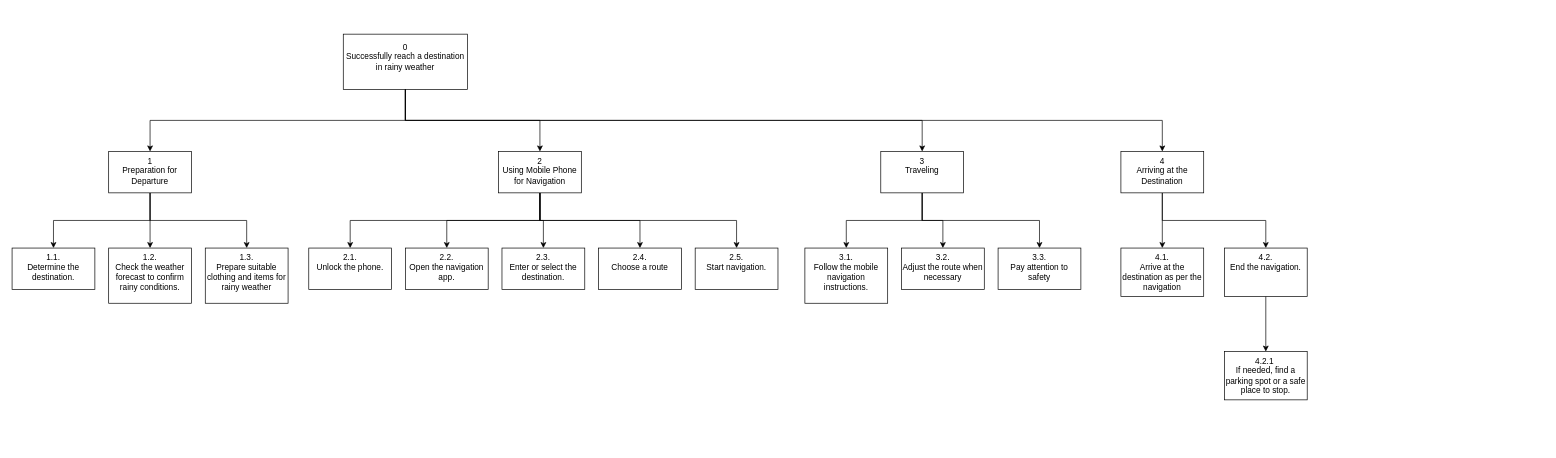
Above: 未命名绘图.drawio in stingo1218/Diagram-draw.io- (draw.io), before the change. Source tidied: cells renumbered, new cells numbered last; positions are measured from the earlier drawing's top-left corner, leaving out a move shared by most shapes. Both pictures are drawn from the tidied source at 69%, with x=0, y=0 at pixel (12, 34).
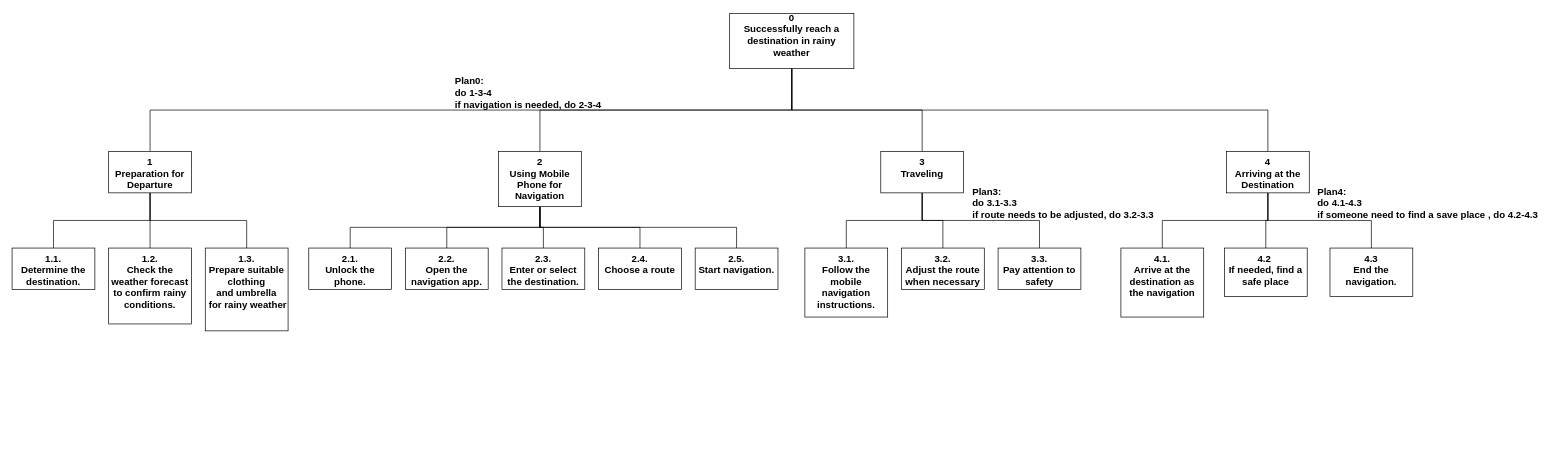
Above is the later version.

The edit, as a diff of the source:
```diff
@@
-    <mxCell id="2" style="edgeStyle=orthogonalEdgeStyle;rounded=0;jettySize=auto;html=1;exitX=0.5;exitY=1;exitDx=0;exitDy=0;" parent="1" edge="1" source="3" target="7">
+    <mxCell id="2" style="edgeStyle=orthogonalEdgeStyle;rounded=0;jettySize=auto;html=1;exitX=0.5;exitY=1;exitDx=0;exitDy=0;fontStyle=1;fontSize=14;endArrow=none;endFill=0;" parent="1" edge="1" source="3" target="7">
       <mxGeometry relative="1" as="geometry" />
     </mxCell>
-    <mxCell id="3" value="0&lt;br&gt;&lt;div&gt;Successfully reach a destination in rainy weather&lt;/div&gt;&lt;div&gt;&lt;br&gt;&lt;/div&gt;" style="rounded=0;whiteSpace=wrap;html=1;" parent="1" vertex="1">
-      <mxGeometry x="480" width="180" height="80" as="geometry" />
+    <mxCell id="3" value="0&lt;br style=&quot;font-size: 14px;&quot;&gt;&lt;div style=&quot;font-size: 14px;&quot;&gt;Successfully reach a destination in rainy weather&lt;/div&gt;&lt;div style=&quot;font-size: 14px;&quot;&gt;&lt;br style=&quot;font-size: 14px;&quot;&gt;&lt;/div&gt;" style="rounded=0;whiteSpace=wrap;html=1;fontStyle=1;fontSize=14;" parent="1" vertex="1">
+      <mxGeometry x="1040" y="-30" width="180" height="80" as="geometry" />
     </mxCell>
-    <mxCell id="4" style="edgeStyle=orthogonalEdgeStyle;rounded=0;jettySize=auto;html=1;exitX=0.5;exitY=1;exitDx=0;exitDy=0;" parent="1" edge="1" source="7" target="24">
+    <mxCell id="4" style="edgeStyle=orthogonalEdgeStyle;rounded=0;jettySize=auto;html=1;exitX=0.5;exitY=1;exitDx=0;exitDy=0;fontStyle=1;fontSize=14;endArrow=none;endFill=0;" parent="1" edge="1" source="7" target="24">
       <mxGeometry relative="1" as="geometry" />
     </mxCell>
-    <mxCell id="5" style="edgeStyle=orthogonalEdgeStyle;rounded=0;jettySize=auto;html=1;entryX=0.5;entryY=0;entryDx=0;entryDy=0;exitX=0.5;exitY=1;exitDx=0;exitDy=0;" parent="1" edge="1" source="7" target="26">
+    <mxCell id="5" style="edgeStyle=orthogonalEdgeStyle;rounded=0;jettySize=auto;html=1;entryX=0.5;entryY=0;entryDx=0;entryDy=0;exitX=0.5;exitY=1;exitDx=0;exitDy=0;fontStyle=1;fontSize=14;endArrow=none;endFill=0;" parent="1" edge="1" source="7" target="26">
       <mxGeometry relative="1" as="geometry" />
     </mxCell>
-    <mxCell id="6" style="edgeStyle=orthogonalEdgeStyle;rounded=0;jettySize=auto;html=1;entryX=0.5;entryY=0;entryDx=0;entryDy=0;" parent="1" edge="1" source="7" target="25">
+    <mxCell id="6" style="edgeStyle=orthogonalEdgeStyle;rounded=0;jettySize=auto;html=1;entryX=0.5;entryY=0;entryDx=0;entryDy=0;fontStyle=1;fontSize=14;endArrow=none;endFill=0;" parent="1" edge="1" source="7" target="25">
       <mxGeometry relative="1" as="geometry" />
     </mxCell>
-    <mxCell id="7" value="1&lt;br&gt;&lt;div&gt;Preparation for Departure&lt;/div&gt;&lt;div&gt;&lt;br&gt;&lt;/div&gt;" style="whiteSpace=wrap;html=1;rounded=0;horizontal=1;verticalAlign=top;" parent="1" vertex="1">
+    <mxCell id="7" value="1&lt;br style=&quot;font-size: 14px;&quot;&gt;&lt;div style=&quot;font-size: 14px;&quot;&gt;Preparation for Departure&lt;/div&gt;&lt;div style=&quot;font-size: 14px;&quot;&gt;&lt;br style=&quot;font-size: 14px;&quot;&gt;&lt;/div&gt;" style="whiteSpace=wrap;html=1;rounded=0;horizontal=1;verticalAlign=top;fontStyle=1;fontSize=14;" parent="1" vertex="1">
       <mxGeometry x="140" y="170" width="120" height="60" as="geometry" />
     </mxCell>
-    <mxCell id="8" style="edgeStyle=orthogonalEdgeStyle;rounded=0;jettySize=auto;html=1;exitX=0.5;exitY=1;exitDx=0;exitDy=0;" parent="1" edge="1" source="13" target="27">
+    <mxCell id="8" style="edgeStyle=orthogonalEdgeStyle;rounded=0;jettySize=auto;html=1;exitX=0.5;exitY=1;exitDx=0;exitDy=0;fontStyle=1;fontSize=14;endArrow=none;endFill=0;" parent="1" edge="1" source="13" target="27">
       <mxGeometry relative="1" as="geometry" />
     </mxCell>
-    <mxCell id="9" style="edgeStyle=orthogonalEdgeStyle;rounded=0;jettySize=auto;html=1;exitX=0.5;exitY=1;exitDx=0;exitDy=0;" parent="1" edge="1" source="13" target="28">
+    <mxCell id="9" style="edgeStyle=orthogonalEdgeStyle;rounded=0;jettySize=auto;html=1;exitX=0.5;exitY=1;exitDx=0;exitDy=0;fontStyle=1;fontSize=14;endArrow=none;endFill=0;" parent="1" edge="1" source="13" target="28">
       <mxGeometry relative="1" as="geometry" />
     </mxCell>
-    <mxCell id="10" style="edgeStyle=orthogonalEdgeStyle;rounded=0;jettySize=auto;html=1;entryX=0.5;entryY=0;entryDx=0;entryDy=0;" parent="1" edge="1" source="13" target="29">
+    <mxCell id="10" style="edgeStyle=orthogonalEdgeStyle;rounded=0;jettySize=auto;html=1;entryX=0.5;entryY=0;entryDx=0;entryDy=0;fontStyle=1;fontSize=14;endArrow=none;endFill=0;" parent="1" edge="1" source="13" target="29">
       <mxGeometry relative="1" as="geometry" />
     </mxCell>
-    <mxCell id="11" style="edgeStyle=orthogonalEdgeStyle;rounded=0;jettySize=auto;html=1;entryX=0.5;entryY=0;entryDx=0;entryDy=0;exitX=0.5;exitY=1;exitDx=0;exitDy=0;" parent="1" edge="1" source="13" target="30">
+    <mxCell id="11" style="edgeStyle=orthogonalEdgeStyle;rounded=0;jettySize=auto;html=1;entryX=0.5;entryY=0;entryDx=0;entryDy=0;exitX=0.5;exitY=1;exitDx=0;exitDy=0;fontStyle=1;fontSize=14;endArrow=none;endFill=0;" parent="1" edge="1" source="13" target="30">
       <mxGeometry relative="1" as="geometry" />
     </mxCell>
-    <mxCell id="12" style="edgeStyle=orthogonalEdgeStyle;rounded=0;jettySize=auto;html=1;entryX=0.5;entryY=0;entryDx=0;entryDy=0;exitX=0.5;exitY=1;exitDx=0;exitDy=0;" parent="1" edge="1" source="13" target="31">
+    <mxCell id="12" style="edgeStyle=orthogonalEdgeStyle;rounded=0;jettySize=auto;html=1;entryX=0.5;entryY=0;entryDx=0;entryDy=0;exitX=0.5;exitY=1;exitDx=0;exitDy=0;fontStyle=1;fontSize=14;endArrow=none;endFill=0;" parent="1" edge="1" source="13" target="31">
       <mxGeometry relative="1" as="geometry" />
     </mxCell>
-    <mxCell id="13" value="2&lt;br&gt;&lt;div&gt;Using Mobile Phone for Navigation&lt;/div&gt;&lt;div&gt;&lt;br&gt;&lt;/div&gt;" style="whiteSpace=wrap;html=1;rounded=0;horizontal=1;verticalAlign=top;" parent="1" vertex="1">
-      <mxGeometry x="705" y="170" width="120" height="60" as="geometry" />
+    <mxCell id="13" value="2&lt;br style=&quot;font-size: 14px;&quot;&gt;&lt;div style=&quot;font-size: 14px;&quot;&gt;Using Mobile Phone for Navigation&lt;/div&gt;&lt;div style=&quot;font-size: 14px;&quot;&gt;&lt;br style=&quot;font-size: 14px;&quot;&gt;&lt;/div&gt;" style="whiteSpace=wrap;html=1;rounded=0;horizontal=1;verticalAlign=top;fontStyle=1;fontSize=14;" parent="1" vertex="1">
+      <mxGeometry x="705" y="170" width="120" height="80" as="geometry" />
     </mxCell>
-    <mxCell id="14" style="edgeStyle=orthogonalEdgeStyle;rounded=0;jettySize=auto;html=1;" parent="1" edge="1" source="17" target="32">
+    <mxCell id="14" style="edgeStyle=orthogonalEdgeStyle;rounded=0;jettySize=auto;html=1;fontStyle=1;fontSize=14;endArrow=none;endFill=0;" parent="1" edge="1" source="17" target="32">
       <mxGeometry relative="1" as="geometry" />
     </mxCell>
-    <mxCell id="15" style="edgeStyle=orthogonalEdgeStyle;rounded=0;jettySize=auto;html=1;" parent="1" edge="1" source="17" target="33">
+    <mxCell id="15" style="edgeStyle=orthogonalEdgeStyle;rounded=0;jettySize=auto;html=1;fontStyle=1;fontSize=14;endArrow=none;endFill=0;" parent="1" edge="1" source="17" target="33">
       <mxGeometry relative="1" as="geometry" />
     </mxCell>
-    <mxCell id="16" style="edgeStyle=orthogonalEdgeStyle;rounded=0;jettySize=auto;html=1;entryX=0.5;entryY=0;entryDx=0;entryDy=0;exitX=0.5;exitY=1;exitDx=0;exitDy=0;" parent="1" edge="1" source="17" target="34">
+    <mxCell id="16" style="edgeStyle=orthogonalEdgeStyle;rounded=0;jettySize=auto;html=1;entryX=0.5;entryY=0;entryDx=0;entryDy=0;exitX=0.5;exitY=1;exitDx=0;exitDy=0;fontStyle=1;fontSize=14;endArrow=none;endFill=0;" parent="1" edge="1" source="17" target="34">
       <mxGeometry relative="1" as="geometry" />
     </mxCell>
-    <mxCell id="17" value="3&lt;br&gt;Traveling&lt;br&gt;" style="whiteSpace=wrap;html=1;rounded=0;horizontal=1;verticalAlign=top;" parent="1" vertex="1">
+    <mxCell id="17" value="3&lt;br style=&quot;font-size: 14px;&quot;&gt;Traveling&lt;br style=&quot;font-size: 14px;&quot;&gt;" style="whiteSpace=wrap;html=1;rounded=0;horizontal=1;verticalAlign=top;fontStyle=1;fontSize=14;" parent="1" vertex="1">
       <mxGeometry x="1259" y="170" width="120" height="60" as="geometry" />
     </mxCell>
-    <mxCell id="18" style="edgeStyle=orthogonalEdgeStyle;rounded=0;jettySize=auto;html=1;" parent="1" edge="1" source="20" target="35">
+    <mxCell id="18" style="edgeStyle=orthogonalEdgeStyle;rounded=0;jettySize=auto;html=1;exitX=0.5;exitY=1;exitDx=0;exitDy=0;fontStyle=1;fontSize=14;endArrow=none;endFill=0;" parent="1" edge="1" source="20" target="35">
       <mxGeometry relative="1" as="geometry" />
     </mxCell>
-    <mxCell id="19" style="edgeStyle=orthogonalEdgeStyle;rounded=0;jettySize=auto;html=1;entryX=0.5;entryY=0;entryDx=0;entryDy=0;exitX=0.5;exitY=1;exitDx=0;exitDy=0;" parent="1" edge="1" source="20" target="37">
+    <mxCell id="19" style="edgeStyle=orthogonalEdgeStyle;rounded=0;jettySize=auto;html=1;entryX=0.5;entryY=0;entryDx=0;entryDy=0;exitX=0.5;exitY=1;exitDx=0;exitDy=0;fontStyle=1;fontSize=14;endArrow=none;endFill=0;" parent="1" edge="1" source="20" target="38">
       <mxGeometry relative="1" as="geometry" />
     </mxCell>
+    <mxCell id="39" style="edgeStyle=orthogonalEdgeStyle;rounded=0;jettySize=auto;html=1;entryX=0.5;entryY=0;entryDx=0;entryDy=0;exitX=0.5;exitY=1;exitDx=0;exitDy=0;fontStyle=1;fontSize=14;endArrow=none;endFill=0;" parent="1" edge="1" source="20" target="42">
+      <mxGeometry relative="1" as="geometry" />
+    </mxCell>
-    <mxCell id="20" value="4&lt;br&gt;&lt;div&gt;Arriving at the Destination&lt;/div&gt;&lt;div&gt;&lt;br&gt;&lt;/div&gt;" style="whiteSpace=wrap;html=1;rounded=0;horizontal=1;verticalAlign=top;" parent="1" vertex="1">
-      <mxGeometry x="1607" y="170" width="120" height="60" as="geometry" />
+    <mxCell id="20" value="4&lt;br style=&quot;font-size: 14px;&quot;&gt;&lt;div style=&quot;font-size: 14px;&quot;&gt;Arriving at the Destination&lt;/div&gt;&lt;div style=&quot;font-size: 14px;&quot;&gt;&lt;br style=&quot;font-size: 14px;&quot;&gt;&lt;/div&gt;" style="whiteSpace=wrap;html=1;rounded=0;horizontal=1;verticalAlign=top;fontStyle=1;fontSize=14;" parent="1" vertex="1">
+      <mxGeometry x="1760" y="170" width="120" height="60" as="geometry" />
     </mxCell>
-    <mxCell id="21" style="edgeStyle=orthogonalEdgeStyle;rounded=0;jettySize=auto;html=1;exitX=0.5;exitY=1;exitDx=0;exitDy=0;entryX=0.5;entryY=0;entryDx=0;entryDy=0;" parent="1" edge="1" source="3" target="13">
+    <mxCell id="21" style="edgeStyle=orthogonalEdgeStyle;rounded=0;jettySize=auto;html=1;exitX=0.5;exitY=1;exitDx=0;exitDy=0;entryX=0.5;entryY=0;entryDx=0;entryDy=0;fontStyle=1;fontSize=14;endArrow=none;endFill=0;" parent="1" edge="1" source="3" target="13">
       <mxGeometry relative="1" as="geometry" />
     </mxCell>
-    <mxCell id="22" style="edgeStyle=orthogonalEdgeStyle;rounded=0;jettySize=auto;html=1;entryX=0.5;entryY=0;entryDx=0;entryDy=0;exitX=0.5;exitY=1;exitDx=0;exitDy=0;" parent="1" edge="1" source="3" target="17">
+    <mxCell id="22" style="edgeStyle=orthogonalEdgeStyle;rounded=0;jettySize=auto;html=1;entryX=0.5;entryY=0;entryDx=0;entryDy=0;exitX=0.5;exitY=1;exitDx=0;exitDy=0;fontStyle=1;fontSize=14;endArrow=none;endFill=0;" parent="1" edge="1" source="3" target="17">
       <mxGeometry relative="1" as="geometry" />
     </mxCell>
-    <mxCell id="23" style="edgeStyle=orthogonalEdgeStyle;rounded=0;jettySize=auto;html=1;entryX=0.5;entryY=0;entryDx=0;entryDy=0;exitX=0.5;exitY=1;exitDx=0;exitDy=0;" parent="1" edge="1" source="3" target="20">
+    <mxCell id="23" style="edgeStyle=orthogonalEdgeStyle;rounded=0;jettySize=auto;html=1;entryX=0.5;entryY=0;entryDx=0;entryDy=0;exitX=0.5;exitY=1;exitDx=0;exitDy=0;fontStyle=1;fontSize=14;endArrow=none;endFill=0;" parent="1" edge="1" source="3" target="20">
       <mxGeometry relative="1" as="geometry" />
     </mxCell>
-    <mxCell id="24" value="1.3. &lt;br&gt;Prepare suitable clothing and items for rainy weather" style="whiteSpace=wrap;html=1;verticalAlign=top;rounded=0;" parent="1" vertex="1">
-      <mxGeometry x="280" y="310" width="120" height="80" as="geometry" />
+    <mxCell id="24" value="1.3. &lt;br style=&quot;font-size: 14px;&quot;&gt;Prepare suitable clothing and&amp;nbsp;umbrella&lt;br style=&quot;font-size: 14px;&quot;&gt;&amp;nbsp;for rainy weather" style="whiteSpace=wrap;html=1;verticalAlign=top;rounded=0;fontStyle=1;fontSize=14;" parent="1" vertex="1">
+      <mxGeometry x="280" y="310" width="120" height="120" as="geometry" />
     </mxCell>
-    <mxCell id="25" value="1.2. &lt;br&gt;Check the weather forecast to confirm rainy conditions." style="whiteSpace=wrap;html=1;verticalAlign=top;rounded=0;" parent="1" vertex="1">
-      <mxGeometry x="140" y="310" width="120" height="80" as="geometry" />
+    <mxCell id="25" value="1.2. &lt;br style=&quot;font-size: 14px;&quot;&gt;Check the weather forecast to confirm rainy conditions." style="whiteSpace=wrap;html=1;verticalAlign=top;rounded=0;fontStyle=1;fontSize=14;" parent="1" vertex="1">
+      <mxGeometry x="140" y="310" width="120" height="110" as="geometry" />
     </mxCell>
-    <mxCell id="26" value="1.1. &lt;br&gt;Determine the destination." style="whiteSpace=wrap;html=1;verticalAlign=top;rounded=0;" parent="1" vertex="1">
+    <mxCell id="26" value="1.1. &lt;br style=&quot;font-size: 14px;&quot;&gt;Determine the destination." style="whiteSpace=wrap;html=1;verticalAlign=top;rounded=0;fontStyle=1;fontSize=14;" parent="1" vertex="1">
       <mxGeometry y="310" width="120" height="60" as="geometry" />
     </mxCell>
-    <mxCell id="27" value="2.1. &lt;br&gt;Unlock the phone.&lt;br/&gt;&lt;br/&gt;" style="whiteSpace=wrap;html=1;verticalAlign=top;rounded=0;" parent="1" vertex="1">
+    <mxCell id="27" value="2.1. &lt;br style=&quot;font-size: 14px;&quot;&gt;Unlock the phone.&lt;br style=&quot;font-size: 14px;&quot;&gt;&lt;br style=&quot;font-size: 14px;&quot;&gt;" style="whiteSpace=wrap;html=1;verticalAlign=top;rounded=0;fontStyle=1;fontSize=14;" parent="1" vertex="1">
       <mxGeometry x="430" y="310" width="120" height="60" as="geometry" />
     </mxCell>
-    <mxCell id="28" value="2.2. &lt;br&gt;Open the navigation app.&lt;br/&gt;&lt;br/&gt;" style="whiteSpace=wrap;html=1;verticalAlign=top;rounded=0;" parent="1" vertex="1">
+    <mxCell id="28" value="2.2. &lt;br style=&quot;font-size: 14px;&quot;&gt;Open the navigation app.&lt;br style=&quot;font-size: 14px;&quot;&gt;&lt;br style=&quot;font-size: 14px;&quot;&gt;" style="whiteSpace=wrap;html=1;verticalAlign=top;rounded=0;fontStyle=1;fontSize=14;" parent="1" vertex="1">
       <mxGeometry x="570" y="310" width="120" height="60" as="geometry" />
     </mxCell>
-    <mxCell id="29" value="2.3. &lt;br&gt;Enter or select the destination.&lt;br/&gt;&lt;br/&gt;" style="whiteSpace=wrap;html=1;verticalAlign=top;rounded=0;" parent="1" vertex="1">
+    <mxCell id="29" value="2.3. &lt;br style=&quot;font-size: 14px;&quot;&gt;Enter or select the destination.&lt;br style=&quot;font-size: 14px;&quot;&gt;&lt;br style=&quot;font-size: 14px;&quot;&gt;" style="whiteSpace=wrap;html=1;verticalAlign=top;rounded=0;fontStyle=1;fontSize=14;" parent="1" vertex="1">
       <mxGeometry x="710" y="310" width="120" height="60" as="geometry" />
     </mxCell>
-    <mxCell id="30" value="2.4. &lt;br&gt;Choose a route" style="whiteSpace=wrap;html=1;verticalAlign=top;rounded=0;" parent="1" vertex="1">
+    <mxCell id="30" value="2.4. &lt;br style=&quot;font-size: 14px;&quot;&gt;Choose a route" style="whiteSpace=wrap;html=1;verticalAlign=top;rounded=0;fontStyle=1;fontSize=14;" parent="1" vertex="1">
       <mxGeometry x="850" y="310" width="120" height="60" as="geometry" />
     </mxCell>
-    <mxCell id="31" value="2.5. &lt;br&gt;Start navigation.&lt;br/&gt;&lt;br/&gt;" style="whiteSpace=wrap;html=1;verticalAlign=top;rounded=0;" parent="1" vertex="1">
+    <mxCell id="31" value="2.5. &lt;br style=&quot;font-size: 14px;&quot;&gt;Start navigation.&lt;br style=&quot;font-size: 14px;&quot;&gt;&lt;br style=&quot;font-size: 14px;&quot;&gt;" style="whiteSpace=wrap;html=1;verticalAlign=top;rounded=0;fontStyle=1;fontSize=14;" parent="1" vertex="1">
       <mxGeometry x="990" y="310" width="120" height="60" as="geometry" />
     </mxCell>
-    <mxCell id="32" value="3.1. &lt;br&gt;Follow the mobile navigation instructions.&lt;br/&gt;&lt;br/&gt;" style="whiteSpace=wrap;html=1;verticalAlign=top;rounded=0;" parent="1" vertex="1">
-      <mxGeometry x="1149" y="310" width="120" height="80" as="geometry" />
+    <mxCell id="32" value="3.1. &lt;br style=&quot;font-size: 14px;&quot;&gt;Follow the mobile navigation instructions.&lt;br style=&quot;font-size: 14px;&quot;&gt;&lt;br style=&quot;font-size: 14px;&quot;&gt;" style="whiteSpace=wrap;html=1;verticalAlign=top;rounded=0;fontStyle=1;fontSize=14;" parent="1" vertex="1">
+      <mxGeometry x="1149" y="310" width="120" height="100" as="geometry" />
     </mxCell>
-    <mxCell id="33" value="3.2. &lt;br&gt;Adjust the route when necessary" style="whiteSpace=wrap;html=1;verticalAlign=top;rounded=0;" parent="1" vertex="1">
+    <mxCell id="33" value="3.2. &lt;br style=&quot;font-size: 14px;&quot;&gt;Adjust the route when necessary" style="whiteSpace=wrap;html=1;verticalAlign=top;rounded=0;fontStyle=1;fontSize=14;" parent="1" vertex="1">
       <mxGeometry x="1289" y="310" width="120" height="60" as="geometry" />
     </mxCell>
-    <mxCell id="34" value="3.3. &lt;br&gt;Pay attention to safety" style="whiteSpace=wrap;html=1;verticalAlign=top;rounded=0;" parent="1" vertex="1">
+    <mxCell id="34" value="3.3. &lt;br style=&quot;font-size: 14px;&quot;&gt;Pay attention to safety" style="whiteSpace=wrap;html=1;verticalAlign=top;rounded=0;fontStyle=1;fontSize=14;" parent="1" vertex="1">
       <mxGeometry x="1429" y="310" width="120" height="60" as="geometry" />
     </mxCell>
-    <mxCell id="35" value="4.1. &lt;br&gt;Arrive at the destination as per the navigation" style="whiteSpace=wrap;html=1;verticalAlign=top;rounded=0;" parent="1" vertex="1">
-      <mxGeometry x="1607" y="310" width="120" height="70" as="geometry" />
+    <mxCell id="35" value="4.1. &lt;br style=&quot;font-size: 14px;&quot;&gt;Arrive at the destination as the navigation" style="whiteSpace=wrap;html=1;verticalAlign=top;rounded=0;fontStyle=1;fontSize=14;" parent="1" vertex="1">
+      <mxGeometry x="1607" y="310" width="120" height="100" as="geometry" />
     </mxCell>
-    <mxCell id="36" style="edgeStyle=orthogonalEdgeStyle;rounded=0;jettySize=auto;html=1;entryX=0.5;entryY=0;entryDx=0;entryDy=0;verticalAlign=top;" parent="1" edge="1" source="37" target="38">
-      <mxGeometry relative="1" as="geometry" />
-    </mxCell>
-    <mxCell id="37" value="4.2. &lt;br&gt;End the navigation.&lt;br/&gt;&lt;br/&gt;" style="whiteSpace=wrap;html=1;verticalAlign=top;rounded=0;" parent="1" vertex="1">
-      <mxGeometry x="1757" y="310" width="120" height="70" as="geometry" />
-    </mxCell>
-    <mxCell id="38" value="&lt;div&gt;4.2.1&amp;nbsp;&lt;/div&gt;&lt;div&gt;If needed, find a parking spot or a safe place to stop.&lt;/div&gt;&lt;div&gt;&lt;br&gt;&lt;/div&gt;&lt;div&gt;&lt;br&gt;&lt;/div&gt;&lt;div&gt;&lt;br&gt;&lt;/div&gt;&lt;div&gt;&lt;br&gt;&lt;/div&gt;&lt;div&gt;&lt;br&gt;&lt;/div&gt;" style="whiteSpace=wrap;html=1;verticalAlign=top;rounded=0;" parent="1" vertex="1">
-      <mxGeometry x="1757" y="460" width="120" height="70" as="geometry" />
+    <mxCell id="38" value="&lt;div style=&quot;font-size: 14px;&quot;&gt;4.2&amp;nbsp;&lt;/div&gt;&lt;div style=&quot;font-size: 14px;&quot;&gt;If needed, find a safe place&lt;/div&gt;&lt;div style=&quot;font-size: 14px;&quot;&gt;&lt;br style=&quot;font-size: 14px;&quot;&gt;&lt;/div&gt;&lt;div style=&quot;font-size: 14px;&quot;&gt;&lt;br style=&quot;font-size: 14px;&quot;&gt;&lt;/div&gt;&lt;div style=&quot;font-size: 14px;&quot;&gt;&lt;br style=&quot;font-size: 14px;&quot;&gt;&lt;/div&gt;&lt;div style=&quot;font-size: 14px;&quot;&gt;&lt;br style=&quot;font-size: 14px;&quot;&gt;&lt;/div&gt;&lt;div style=&quot;font-size: 14px;&quot;&gt;&lt;br style=&quot;font-size: 14px;&quot;&gt;&lt;/div&gt;" style="whiteSpace=wrap;html=1;verticalAlign=top;rounded=0;fontStyle=1;fontSize=14;" parent="1" vertex="1">
+      <mxGeometry x="1757" y="310" width="120" height="70" as="geometry" />
     </mxCell>
+    <mxCell id="40" value="Plan0:&amp;nbsp;&lt;br style=&quot;font-size: 14px;&quot;&gt;do 1-3-4&lt;br style=&quot;font-size: 14px;&quot;&gt;if navigation is needed, do 2-3-4" style="text;html=1;strokeColor=none;fillColor=none;align=left;verticalAlign=middle;whiteSpace=wrap;rounded=0;fontStyle=1;fontSize=14;" parent="1" vertex="1">
+      <mxGeometry x="640" y="50" width="330" height="70" as="geometry" />
+    </mxCell>
+    <mxCell id="41" value="Plan3:&amp;nbsp;&lt;br style=&quot;font-size: 14px;&quot;&gt;do 3.1-3.3&lt;br style=&quot;font-size: 14px;&quot;&gt;if route needs to be adjusted, do 3.2-3.3" style="text;html=1;strokeColor=none;fillColor=none;align=left;verticalAlign=middle;whiteSpace=wrap;rounded=0;fontStyle=1;fontSize=14;" parent="1" vertex="1">
+      <mxGeometry x="1390" y="210" width="330" height="70" as="geometry" />
+    </mxCell>
+    <mxCell id="42" value="4.3&lt;br style=&quot;font-size: 14px;&quot;&gt;End the navigation.&lt;br style=&quot;font-size: 14px;&quot;&gt;" style="whiteSpace=wrap;html=1;verticalAlign=top;rounded=0;fontStyle=1;fontSize=14;" parent="1" vertex="1">
+      <mxGeometry x="1910" y="310" width="120" height="70" as="geometry" />
+    </mxCell>
+    <mxCell id="43" value="Plan4:&amp;nbsp;&lt;br style=&quot;font-size: 14px;&quot;&gt;do 4.1-4.3&lt;br style=&quot;font-size: 14px;&quot;&gt;if someone need to find a save place , do 4.2-4.3" style="text;html=1;strokeColor=none;fillColor=none;align=left;verticalAlign=middle;whiteSpace=wrap;rounded=0;fontStyle=1;fontSize=14;" parent="1" vertex="1">
+      <mxGeometry x="1890" y="210" width="330" height="70" as="geometry" />
+    </mxCell>
```
